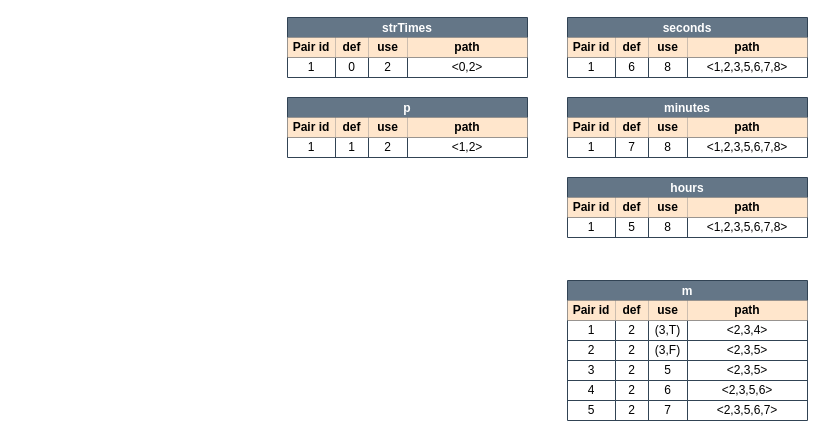
Before: page "Page-2" (2 of 6) of docs/08_assignment/figures/parseSeconds.drawio in Jumaruba/jtimesched, a draw.io diagram. Source tidied: cells renumbered, new cells numbered last; positions are measured from the earlier drawing's top-left corner, leaving out a move shared by most shapes. Both pictures are drawn from the tidied source at 100%, with x=0, y=0 at pixel (287, 17).
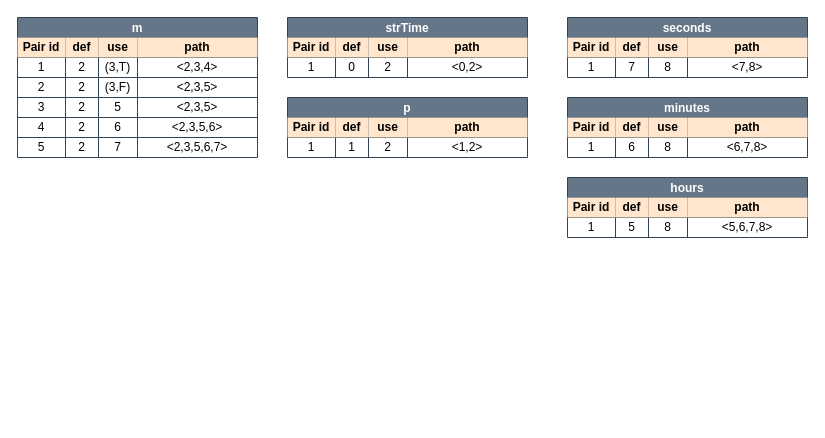
The same page after the edit.

The change refers to these unchanged cells:
```xml
<mxCell id="8" style="shape=partialRectangle;html=1;whiteSpace=wrap;fillColor=none;top=0;left=0;bottom=0;right=0;labelBackgroundColor=none;fontSize=12;" parent="2" vertex="1">
  <mxGeometry y="40" width="240" height="20" as="geometry" />
</mxCell>
<mxCell id="19" style="shape=partialRectangle;html=1;whiteSpace=wrap;fillColor=none;top=0;left=0;bottom=0;right=0;labelBackgroundColor=none;fontSize=12;" parent="13" vertex="1">
  <mxGeometry y="40" width="240" height="20" as="geometry" />
</mxCell>
<mxCell id="30" style="shape=partialRectangle;html=1;whiteSpace=wrap;fillColor=none;top=0;left=0;bottom=0;right=0;labelBackgroundColor=none;fontSize=12;" parent="24" vertex="1">
  <mxGeometry y="40" width="240" height="20" as="geometry" />
</mxCell>
```

The edit, as a diff of the source:
```diff
@@
-    <mxCell id="12" value="&amp;lt;1,2,3,5,6,7,8&amp;gt;" style="shape=partialRectangle;html=1;whiteSpace=wrap;fillColor=none;top=0;left=0;bottom=0;right=0;overflow=hidden;labelBackgroundColor=none;fontSize=12;" parent="8" vertex="1">
+    <mxCell id="12" value="&amp;lt;5,6,7,8&amp;gt;" style="shape=partialRectangle;html=1;whiteSpace=wrap;fillColor=none;top=0;left=0;bottom=0;right=0;overflow=hidden;labelBackgroundColor=none;fontSize=12;" parent="8" vertex="1">
       <mxGeometry x="120" width="120" height="20" as="geometry" />
     </mxCell>
@@
-    <mxCell id="21" value="6" style="shape=partialRectangle;html=1;whiteSpace=wrap;fillColor=none;top=0;left=0;bottom=0;right=0;overflow=hidden;labelBackgroundColor=none;fontSize=12;" parent="19" vertex="1">
+    <mxCell id="21" value="7" style="shape=partialRectangle;html=1;whiteSpace=wrap;fillColor=none;top=0;left=0;bottom=0;right=0;overflow=hidden;labelBackgroundColor=none;fontSize=12;" parent="19" vertex="1">
       <mxGeometry x="48" width="33" height="20" as="geometry" />
     </mxCell>
@@
-    <mxCell id="23" value="&amp;lt;1,2,3,5,6,7,8&amp;gt;" style="shape=partialRectangle;html=1;whiteSpace=wrap;fillColor=none;top=0;left=0;bottom=0;right=0;overflow=hidden;labelBackgroundColor=none;fontSize=12;" parent="19" vertex="1">
+    <mxCell id="23" value="&amp;lt;7,8&amp;gt;" style="shape=partialRectangle;html=1;whiteSpace=wrap;fillColor=none;top=0;left=0;bottom=0;right=0;overflow=hidden;labelBackgroundColor=none;fontSize=12;" parent="19" vertex="1">
       <mxGeometry x="120" width="120" height="20" as="geometry" />
     </mxCell>
@@
-    <mxCell id="32" value="7" style="shape=partialRectangle;html=1;whiteSpace=wrap;fillColor=none;top=0;left=0;bottom=0;right=0;overflow=hidden;labelBackgroundColor=none;fontSize=12;" parent="30" vertex="1">
+    <mxCell id="32" value="6" style="shape=partialRectangle;html=1;whiteSpace=wrap;fillColor=none;top=0;left=0;bottom=0;right=0;overflow=hidden;labelBackgroundColor=none;fontSize=12;" parent="30" vertex="1">
       <mxGeometry x="48" width="33" height="20" as="geometry" />
     </mxCell>
@@
-    <mxCell id="34" value="&amp;lt;1,2,3,5,6,7,8&amp;gt;" style="shape=partialRectangle;html=1;whiteSpace=wrap;fillColor=none;top=0;left=0;bottom=0;right=0;overflow=hidden;labelBackgroundColor=none;fontSize=12;" parent="30" vertex="1">
+    <mxCell id="34" value="&amp;lt;6,7,8&amp;gt;" style="shape=partialRectangle;html=1;whiteSpace=wrap;fillColor=none;top=0;left=0;bottom=0;right=0;overflow=hidden;labelBackgroundColor=none;fontSize=12;" parent="30" vertex="1">
       <mxGeometry x="120" width="120" height="20" as="geometry" />
     </mxCell>
     <mxCell id="35" value="m" style="shape=table;startSize=20;childLayout=tableLayout;fontStyle=1;align=center;labelBackgroundColor=none;fontSize=12;fillColor=#647687;fontColor=#ffffff;strokeColor=#314354;" parent="1" vertex="1">
-      <mxGeometry x="280" y="263" width="240" height="140" as="geometry" />
+      <mxGeometry x="-270" width="240" height="140" as="geometry" />
     </mxCell>
@@
-    <mxCell id="66" value="strTimes" style="shape=table;startSize=20;childLayout=tableLayout;fontStyle=1;align=center;labelBackgroundColor=none;fontSize=12;fillColor=#647687;fontColor=#ffffff;strokeColor=#314354;" parent="1" vertex="1">
+    <mxCell id="66" value="strTime" style="shape=table;startSize=20;childLayout=tableLayout;fontStyle=1;align=center;labelBackgroundColor=none;fontSize=12;fillColor=#647687;fontColor=#ffffff;strokeColor=#314354;" parent="1" vertex="1">
       <mxGeometry width="240" height="60" as="geometry" />
     </mxCell>
```
